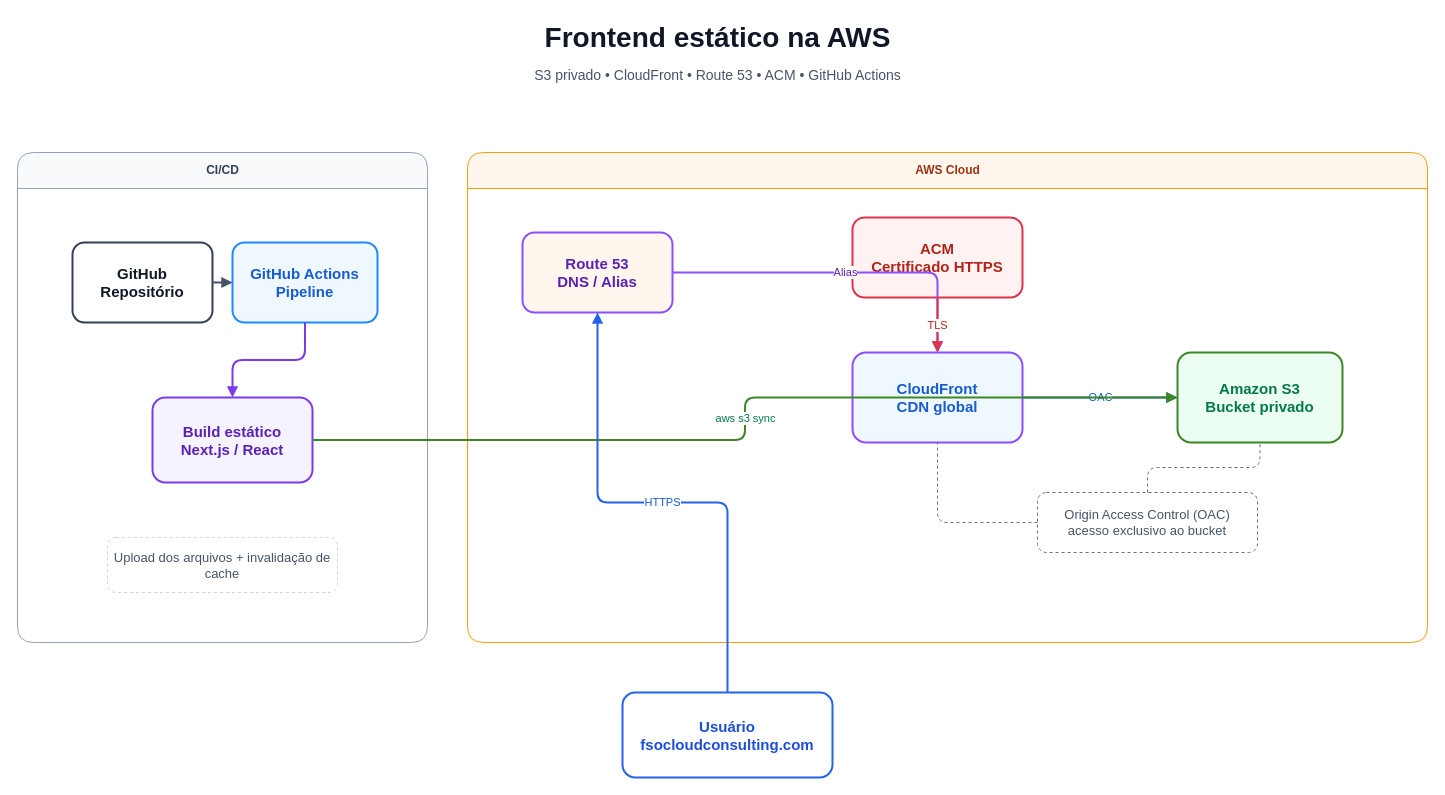
Before: docs/diagrams/frontend-estatico-aws.drawio in felipesalesdeoliveira/fso-cloud-consulting, a draw.io diagram. Source tidied: cells renumbered, new cells numbered last; positions are measured from the earlier drawing's top-left corner, leaving out a move shared by most shapes. Both pictures are drawn from the tidied source at 100%, with x=0, y=0 at pixel (17, 17).
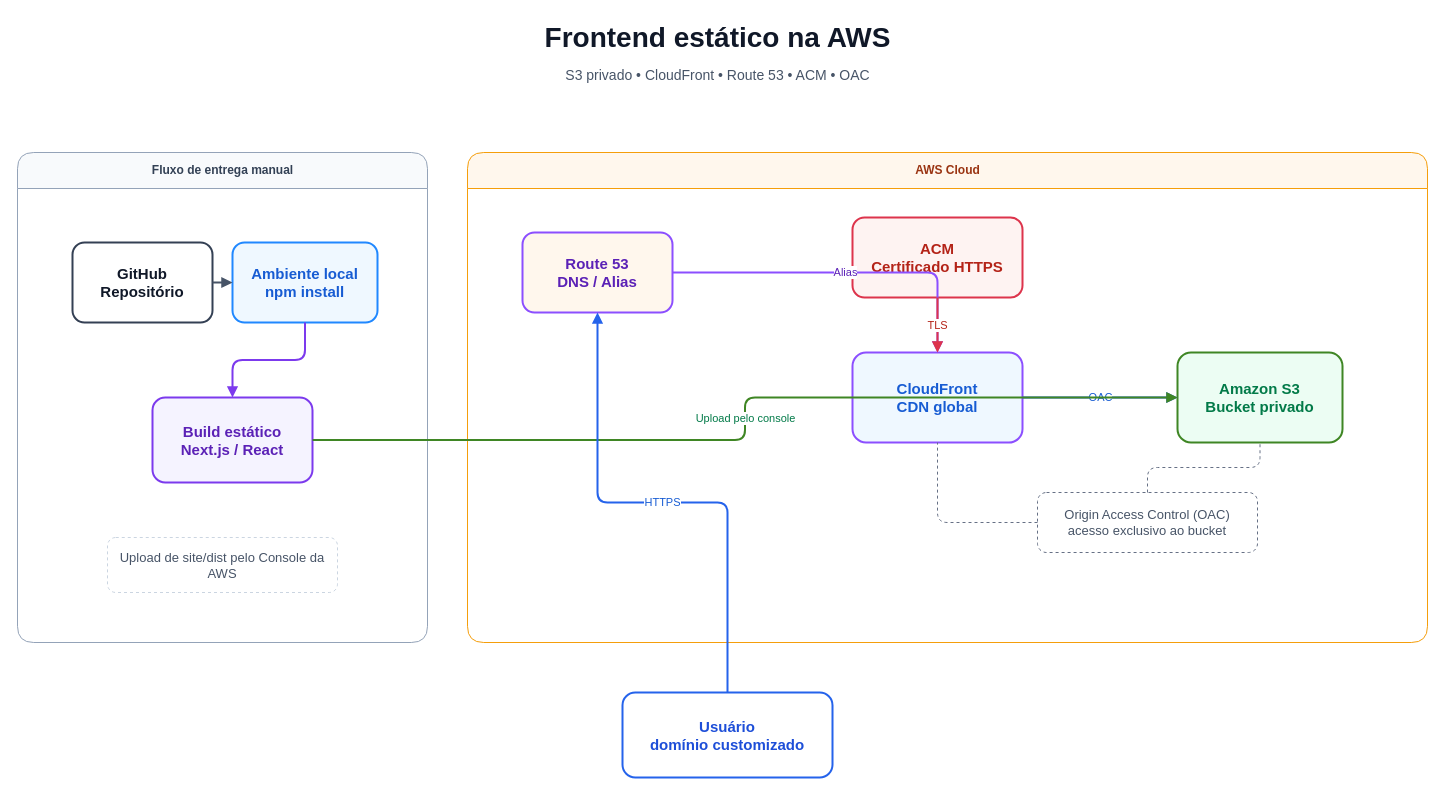
The same page after the edit.

Commit message (it also covers changes not shown here):
feat: add AWS frontend project case study (#25)

The change refers to these unchanged cells:
```xml
<mxCell id="8" value="Build estático&#10;Next.js / React" style="rounded=1;whiteSpace=wrap;html=1;fillColor=#F5F3FF;strokeColor=#7C3AED;strokeWidth=2;fontColor=#5B21B6;fontStyle=1;fontSize=15;" parent="4" vertex="1">
  <mxGeometry x="135" y="245" width="160" height="85" as="geometry" />
</mxCell>
<mxCell id="12" value="Amazon S3&#10;Bucket privado" style="rounded=1;whiteSpace=wrap;html=1;fillColor=#ECFDF3;strokeColor=#3F8624;strokeWidth=2;fontColor=#027A48;fontStyle=1;fontSize=15;" parent="5" vertex="1">
  <mxGeometry x="710" y="200" width="165" height="90" as="geometry" />
</mxCell>
```

Change to the diagram source:
```diff
@@
-    <mxCell id="3" value="S3 privado • CloudFront • Route 53 • ACM • GitHub Actions" style="text;html=1;align=center;verticalAlign=middle;fontSize=14;fontColor=#475467;" parent="1" vertex="1">
+    <mxCell id="3" value="S3 privado • CloudFront • Route 53 • ACM • OAC" style="text;html=1;align=center;verticalAlign=middle;fontSize=14;fontColor=#475467;" parent="1" vertex="1">
       <mxGeometry x="445" y="43" width="510" height="30" as="geometry" />
     </mxCell>
-    <mxCell id="4" value="CI/CD" style="swimlane;html=1;rounded=1;startSize=36;horizontal=1;fillColor=#F8FAFC;strokeColor=#94A3B8;fontColor=#334155;fontStyle=1;" parent="1" vertex="1">
+    <mxCell id="4" value="Fluxo de entrega manual" style="swimlane;html=1;rounded=1;startSize=36;horizontal=1;fillColor=#F8FAFC;strokeColor=#94A3B8;fontColor=#334155;fontStyle=1;" parent="1" vertex="1">
       <mxGeometry y="135" width="410" height="490" as="geometry" />
     </mxCell>
@@
-    <mxCell id="7" value="GitHub Actions&#10;Pipeline" style="rounded=1;whiteSpace=wrap;html=1;fillColor=#EFF8FF;strokeColor=#2088FF;strokeWidth=2;fontColor=#175CD3;fontStyle=1;fontSize=15;" parent="4" vertex="1">
+    <mxCell id="7" value="Ambiente local&#10;npm install" style="rounded=1;whiteSpace=wrap;html=1;fillColor=#EFF8FF;strokeColor=#2088FF;strokeWidth=2;fontColor=#175CD3;fontStyle=1;fontSize=15;" parent="4" vertex="1">
       <mxGeometry x="215" y="90" width="145" height="80" as="geometry" />
     </mxCell>
@@
-    <mxCell id="9" value="Upload dos arquivos + invalidação de cache" style="rounded=1;whiteSpace=wrap;html=1;fillColor=#FFFFFF;strokeColor=#CBD5E1;dashed=1;fontColor=#475467;fontSize=13;" parent="4" vertex="1">
+    <mxCell id="9" value="Upload de site/dist pelo Console da AWS" style="rounded=1;whiteSpace=wrap;html=1;fillColor=#FFFFFF;strokeColor=#CBD5E1;dashed=1;fontColor=#475467;fontSize=13;" parent="4" vertex="1">
       <mxGeometry x="90" y="385" width="230" height="55" as="geometry" />
     </mxCell>
@@
-    <mxCell id="15" value="Usuário&#10;fsocloudconsulting.com" style="rounded=1;whiteSpace=wrap;html=1;fillColor=#FFFFFF;strokeColor=#2563EB;strokeWidth=2;fontColor=#1D4ED8;fontStyle=1;fontSize=15;" parent="1" vertex="1">
+    <mxCell id="15" value="Usuário&#10;domínio customizado" style="rounded=1;whiteSpace=wrap;html=1;fillColor=#FFFFFF;strokeColor=#2563EB;strokeWidth=2;fontColor=#1D4ED8;fontStyle=1;fontSize=15;" parent="1" vertex="1">
       <mxGeometry x="605" y="675" width="210" height="85" as="geometry" />
     </mxCell>
@@
-    <mxCell id="18" value="aws s3 sync" style="edgeStyle=orthogonalEdgeStyle;rounded=1;jettySize=auto;html=1;strokeColor=#3F8624;strokeWidth=2;endArrow=block;endFill=1;fontColor=#027A48;" parent="1" edge="1" source="8" target="12">
+    <mxCell id="18" value="Upload pelo console" style="edgeStyle=orthogonalEdgeStyle;rounded=1;jettySize=auto;html=1;strokeColor=#3F8624;strokeWidth=2;endArrow=block;endFill=1;fontColor=#027A48;" parent="1" edge="1" source="8" target="12">
       <mxGeometry relative="1" as="geometry" />
     </mxCell>
```
